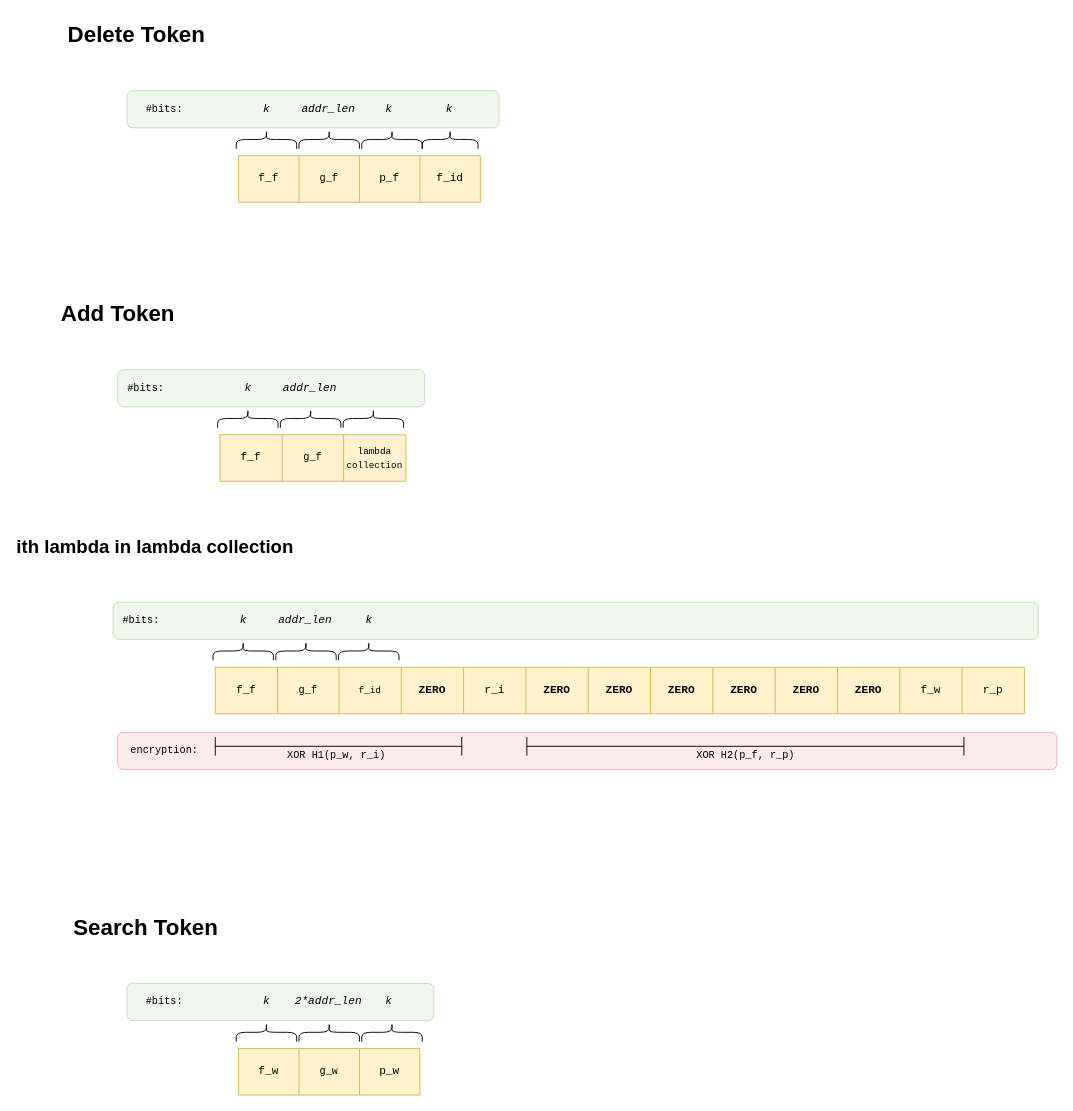
The draw.io diagram page "tokens" (2 of 3) of diagrams/format_figures.drawio in thisisel/dynamic-sse, before the edit. Source tidied: cells renumbered, new cells numbered last; positions are measured from the earlier drawing's top-left corner, leaving out a move shared by most shapes. Both pictures are drawn from the tidied source at 93%, with x=0, y=0 at pixel (71, 16).
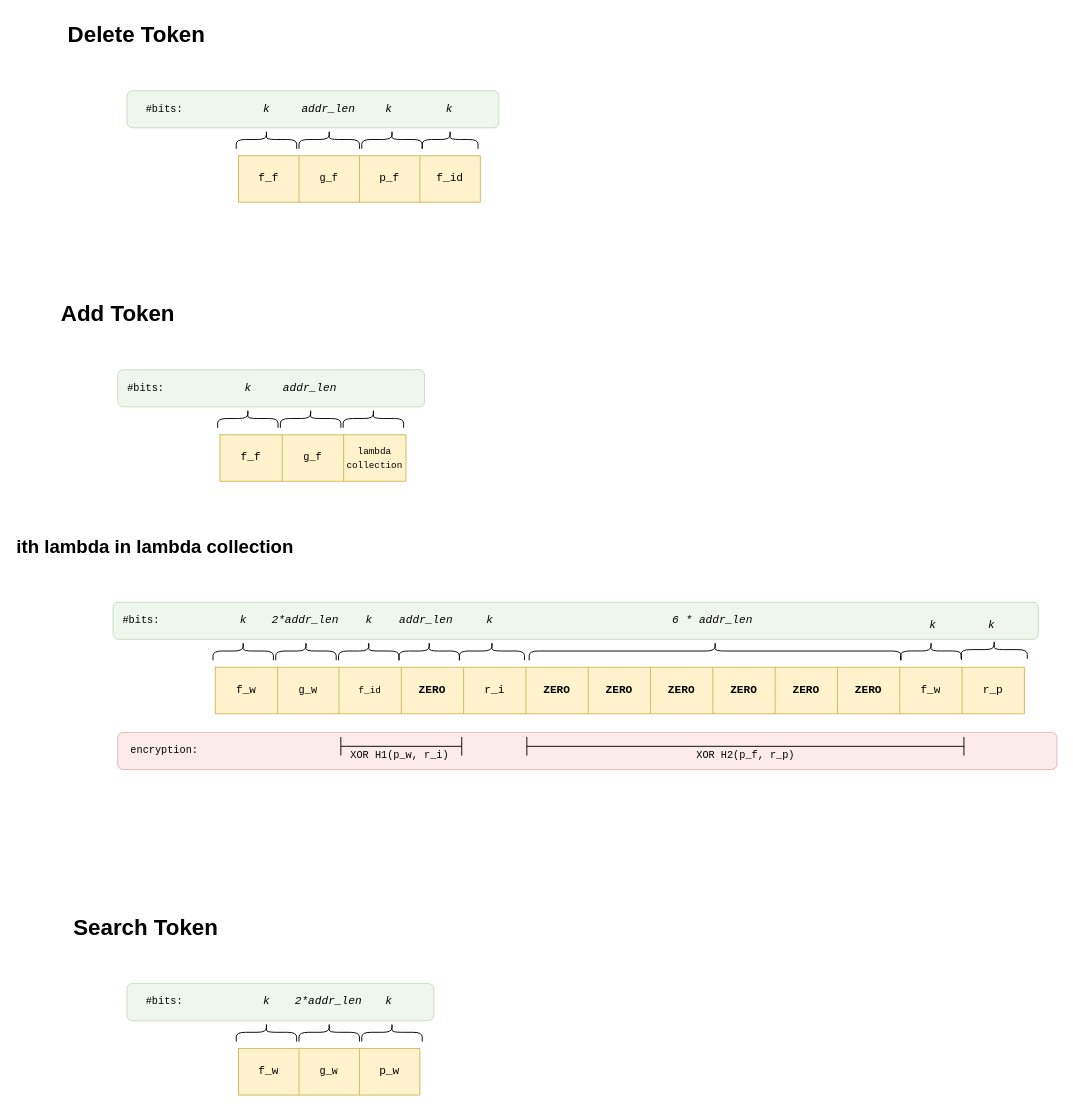
Above is the later version.

Unchanged cells that the change refers to:
```xml
<mxCell id="49" style="shape=tableRow;horizontal=0;startSize=0;swimlaneHead=0;swimlaneBody=0;top=0;left=0;bottom=0;right=0;fillColor=none;fontFamily=Courier New;" parent="48" vertex="1">
  <mxGeometry width="870" height="50" as="geometry" />
</mxCell>
```

Change to the diagram source:
```diff
@@
-    <mxCell id="50" value="f_f" style="shape=partialRectangle;html=1;whiteSpace=wrap;overflow=hidden;fillColor=none;top=0;left=0;bottom=0;right=0;fontFamily=Courier New;" parent="49" vertex="1">
+    <mxCell id="50" value="f_w" style="shape=partialRectangle;html=1;whiteSpace=wrap;overflow=hidden;fillColor=none;top=0;left=0;bottom=0;right=0;fontFamily=Courier New;" parent="49" vertex="1">
       <mxGeometry width="67" height="50" as="geometry" />
     </mxCell>
-    <mxCell id="51" value="&lt;font style=&quot;font-size: 11px;&quot;&gt;g_f&lt;/font&gt;" style="shape=partialRectangle;html=1;whiteSpace=wrap;overflow=hidden;fillColor=none;top=0;left=0;bottom=0;right=0;fontFamily=Courier New;" parent="49" vertex="1">
+    <mxCell id="51" value="&lt;font style=&quot;font-size: 11px;&quot;&gt;g_w&lt;/font&gt;" style="shape=partialRectangle;html=1;whiteSpace=wrap;overflow=hidden;fillColor=none;top=0;left=0;bottom=0;right=0;fontFamily=Courier New;" parent="49" vertex="1">
       <mxGeometry x="67" width="66" height="50" as="geometry" />
     </mxCell>
@@
-    <mxCell id="66" value="&lt;i&gt;addr_len&amp;nbsp;&lt;/i&gt;" style="text;html=1;align=center;verticalAlign=middle;strokeColor=none;fillColor=none;fontFamily=Courier New;" parent="1" vertex="1">
-      <mxGeometry x="210" y="635" width="90" height="30" as="geometry" />
+    <mxCell id="66" value="&lt;i&gt;2*addr_len&amp;nbsp;&lt;/i&gt;" style="text;html=1;align=center;verticalAlign=middle;strokeColor=none;fillColor=none;fontFamily=Courier New;" parent="1" vertex="1">
+      <mxGeometry x="205" y="635" width="100" height="30" as="geometry" />
     </mxCell>
@@
     <mxCell id="70" style="shape=crossbar;whiteSpace=wrap;html=1;rounded=1;fontFamily=Courier New;fontSize=11;" parent="1" vertex="1">
-      <mxGeometry x="155" y="775" width="265" height="20" as="geometry" />
+      <mxGeometry x="290" y="775" width="130" height="20" as="geometry" />
     </mxCell>
     <mxCell id="71" value="XOR H1(p_w, r_i)" style="text;html=1;align=center;verticalAlign=middle;strokeColor=none;fillColor=none;fontSize=11;fontFamily=Courier New;" parent="1" vertex="1">
-      <mxGeometry x="220" y="780" width="130" height="30" as="geometry" />
+      <mxGeometry x="287.5" y="780" width="130" height="30" as="geometry" />
     </mxCell>
@@
+    <mxCell id="76" style="shape=curlyBracket;whiteSpace=wrap;html=1;rounded=1;flipH=1;labelPosition=right;verticalLabelPosition=middle;align=left;verticalAlign=middle;rotation=-90;fontFamily=Courier New;" parent="1" vertex="1">
+      <mxGeometry x="375" y="650" width="20" height="65" as="geometry" />
+    </mxCell>
+    <mxCell id="77" style="shape=curlyBracket;whiteSpace=wrap;html=1;rounded=1;flipH=1;labelPosition=right;verticalLabelPosition=middle;align=left;verticalAlign=middle;rotation=-90;fontFamily=Courier New;" parent="1" vertex="1">
+      <mxGeometry x="442.5" y="647.5" width="20" height="70" as="geometry" />
+    </mxCell>
+    <mxCell id="78" value="&lt;i&gt;addr_len&amp;nbsp;&lt;/i&gt;" style="text;html=1;align=center;verticalAlign=middle;strokeColor=none;fillColor=none;fontFamily=Courier New;" parent="1" vertex="1">
+      <mxGeometry x="340" y="635" width="90" height="30" as="geometry" />
+    </mxCell>
+    <mxCell id="79" value="&lt;i&gt;k&lt;/i&gt;" style="text;html=1;align=center;verticalAlign=middle;strokeColor=none;fillColor=none;fontFamily=Courier New;" parent="1" vertex="1">
+      <mxGeometry x="435" y="635" width="30" height="30" as="geometry" />
+    </mxCell>
+    <mxCell id="80" style="shape=curlyBracket;whiteSpace=wrap;html=1;rounded=1;flipH=1;labelPosition=right;verticalLabelPosition=middle;align=left;verticalAlign=middle;rotation=-90;fontFamily=Courier New;" parent="1" vertex="1">
+      <mxGeometry x="682.5" y="482.5" width="20" height="400" as="geometry" />
+    </mxCell>
+    <mxCell id="81" value="&lt;i&gt;6 * addr_len&amp;nbsp;&lt;/i&gt;" style="text;html=1;align=center;verticalAlign=middle;strokeColor=none;fillColor=none;fontFamily=Courier New;" parent="1" vertex="1">
+      <mxGeometry x="632.5" y="635" width="120" height="30" as="geometry" />
+    </mxCell>
+    <mxCell id="82" value="&lt;i&gt;k&amp;nbsp;&lt;/i&gt;" style="text;html=1;align=center;verticalAlign=middle;strokeColor=none;fillColor=none;fontFamily=Courier New;" parent="1" vertex="1">
+      <mxGeometry x="910" y="640" width="40" height="30" as="geometry" />
+    </mxCell>
+    <mxCell id="83" value="&lt;i&gt;k&amp;nbsp;&lt;/i&gt;" style="text;html=1;align=center;verticalAlign=middle;strokeColor=none;fillColor=none;fontFamily=Courier New;" parent="1" vertex="1">
+      <mxGeometry x="972.5" y="640" width="40" height="30" as="geometry" />
+    </mxCell>
+    <mxCell id="84" style="shape=curlyBracket;whiteSpace=wrap;html=1;rounded=1;flipH=1;labelPosition=right;verticalLabelPosition=middle;align=left;verticalAlign=middle;rotation=-90;fontFamily=Courier New;" parent="1" vertex="1">
+      <mxGeometry x="914.6" y="649.6" width="20" height="65.7" as="geometry" />
+    </mxCell>
+    <mxCell id="85" style="shape=curlyBracket;whiteSpace=wrap;html=1;rounded=1;flipH=1;labelPosition=right;verticalLabelPosition=middle;align=left;verticalAlign=middle;rotation=-90;fontFamily=Courier New;" parent="1" vertex="1">
+      <mxGeometry x="982.5" y="645.4" width="20" height="71.2" as="geometry" />
+    </mxCell>
```
